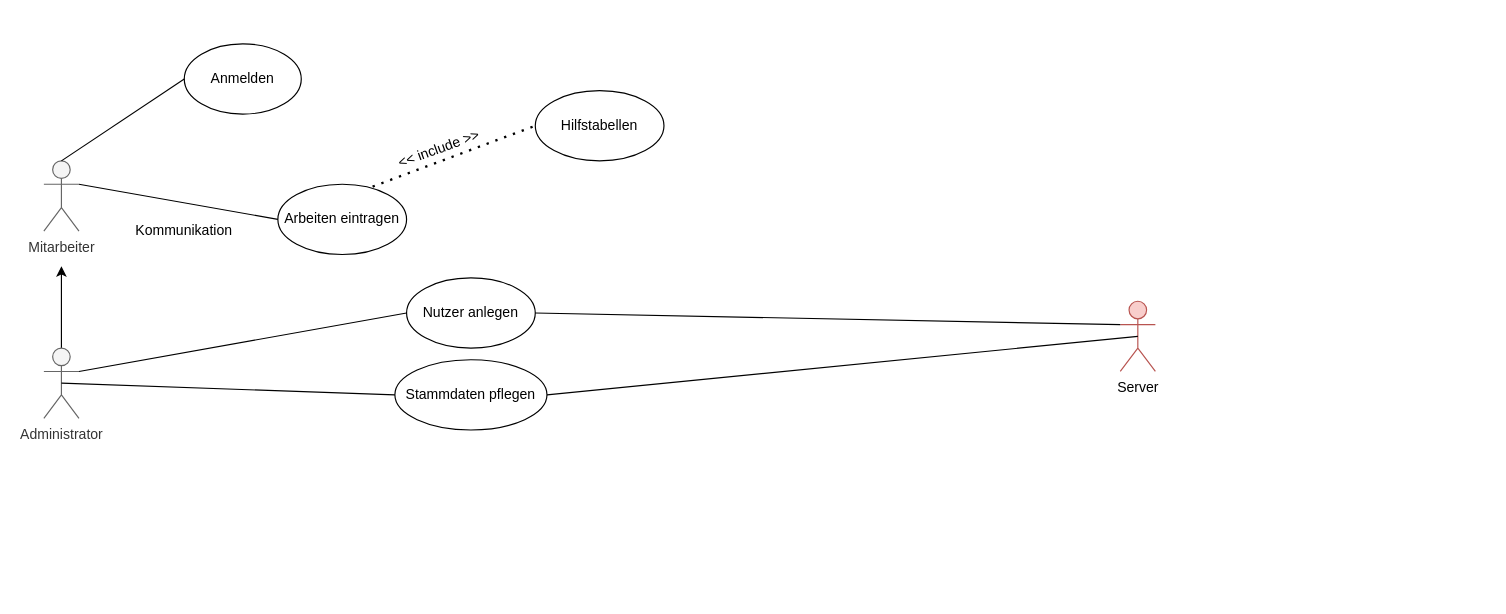
TobseNatoR/BBSApp keeps this draw.io diagram as Untitled Diagram.drawio. Above is the earlier version. Source tidied: cells renumbered, new cells numbered last; positions are measured from the earlier drawing's top-left corner, leaving out a move shared by most shapes. Both pictures are drawn from the tidied source at 117%, with x=0, y=0 at pixel (43, 43).
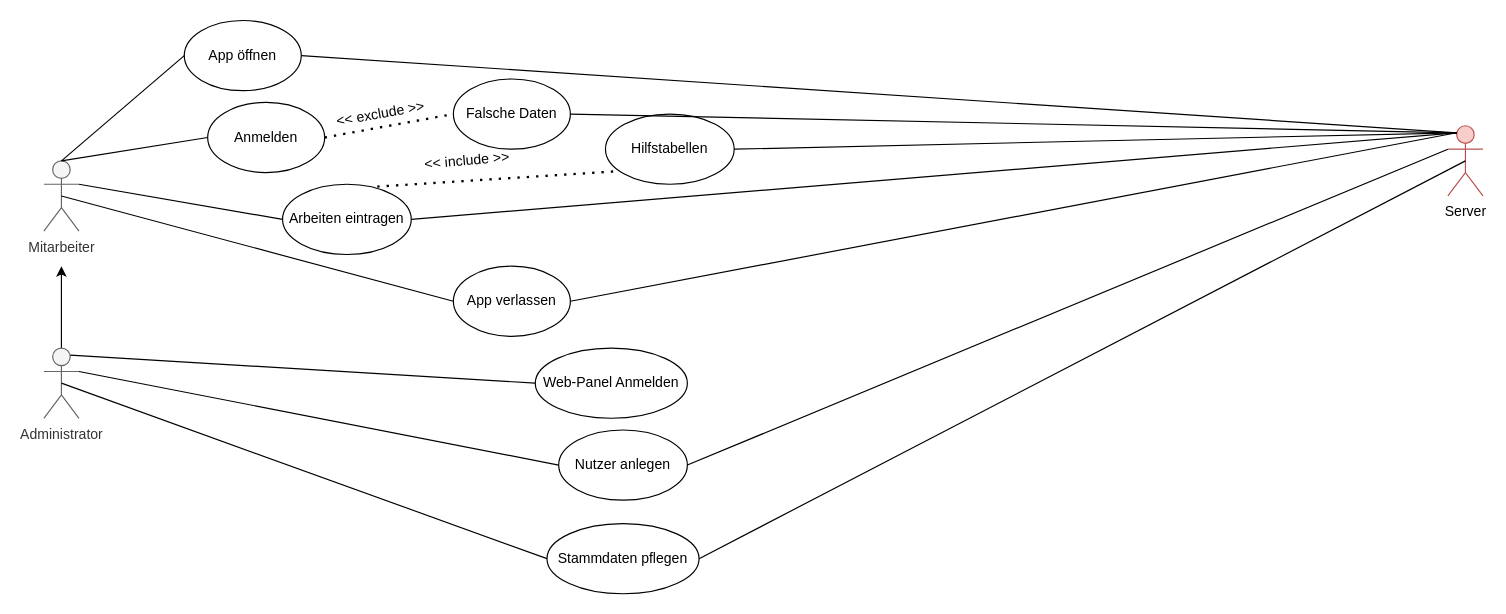
The same page after the edit.

Unchanged cells that the change refers to:
```xml
<mxCell id="2" value="Mitarbeiter&lt;br&gt;" style="shape=umlActor;verticalLabelPosition=bottom;verticalAlign=top;html=1;outlineConnect=0;fillColor=#f5f5f5;strokeColor=#666666;fontColor=#333333;" parent="1" vertex="1">
  <mxGeometry y="100" width="30" height="60" as="geometry" />
</mxCell>
<mxCell id="10" value="Administrator&lt;br&gt;" style="shape=umlActor;verticalLabelPosition=bottom;verticalAlign=top;html=1;outlineConnect=0;fillColor=#f5f5f5;strokeColor=#666666;fontColor=#333333;" parent="1" vertex="1">
  <mxGeometry y="260" width="30" height="60" as="geometry" />
</mxCell>
```

Change to the diagram source:
```diff
@@
     <mxCell id="3" value="Anmelden" style="ellipse;whiteSpace=wrap;html=1;" parent="1" vertex="1">
-      <mxGeometry x="120" width="100" height="60" as="geometry" />
+      <mxGeometry x="140" y="50" width="100" height="60" as="geometry" />
     </mxCell>
     <mxCell id="4" value="Arbeiten eintragen" style="ellipse;whiteSpace=wrap;html=1;" parent="1" vertex="1">
-      <mxGeometry x="200" y="120" width="110" height="60" as="geometry" />
+      <mxGeometry x="204" y="120" width="110" height="60" as="geometry" />
     </mxCell>
-    <mxCell id="5" value="Kommunikation&lt;br&gt;" style="text;html=1;strokeColor=none;fillColor=none;align=center;verticalAlign=middle;whiteSpace=wrap;rounded=0;rotation=0;" parent="1" vertex="1">
-      <mxGeometry x="100" y="150" width="40" height="20" as="geometry" />
-    </mxCell>
-    <mxCell id="6" style="endArrow=none;dashed=1;html=1;dashPattern=1 3;strokeWidth=2;exitX=0.736;exitY=0.033;exitDx=0;exitDy=0;exitPerimeter=0;entryX=0;entryY=0.5;entryDx=0;entryDy=0;" parent="1" edge="1" source="4" target="8">
+    <mxCell id="6" style="endArrow=none;dashed=1;html=1;dashPattern=1 3;strokeWidth=2;exitX=0.736;exitY=0.033;exitDx=0;exitDy=0;exitPerimeter=0;entryX=0.073;entryY=0.817;entryDx=0;entryDy=0;entryPerimeter=0;" parent="1" edge="1" source="4" target="8">
       <mxGeometry relative="1" as="geometry" />
     </mxCell>
-    <mxCell id="7" value="&amp;lt;&amp;lt; include &amp;gt;&amp;gt;" style="text;html=1;strokeColor=none;fillColor=none;align=center;verticalAlign=middle;whiteSpace=wrap;rounded=0;rotation=-20;" parent="1" vertex="1">
-      <mxGeometry x="290" y="80" width="96" height="20" as="geometry" />
+    <mxCell id="7" value="&amp;lt;&amp;lt; include &amp;gt;&amp;gt;" style="text;html=1;strokeColor=none;fillColor=none;align=center;verticalAlign=middle;whiteSpace=wrap;rounded=0;rotation=-5;" parent="1" vertex="1">
+      <mxGeometry x="314" y="90" width="96" height="20" as="geometry" />
     </mxCell>
     <mxCell id="8" value="Hilfstabellen" style="ellipse;whiteSpace=wrap;html=1;" parent="1" vertex="1">
-      <mxGeometry x="420" y="40" width="110" height="60" as="geometry" />
+      <mxGeometry x="480" y="60" width="110" height="60" as="geometry" />
     </mxCell>
@@
     <mxCell id="11" value="Server&lt;br&gt;" style="shape=umlActor;verticalLabelPosition=bottom;verticalAlign=top;html=1;outlineConnect=0;fillColor=#f8cecc;strokeColor=#b85450;" parent="1" vertex="1">
-      <mxGeometry x="920" y="220" width="30" height="60" as="geometry" />
+      <mxGeometry x="1200" y="70" width="30" height="60" as="geometry" />
     </mxCell>
@@
     <mxCell id="15" value="Nutzer anlegen" style="ellipse;whiteSpace=wrap;html=1;" parent="1" vertex="1">
-      <mxGeometry x="310" y="200" width="110" height="60" as="geometry" />
+      <mxGeometry x="440" y="330" width="110" height="60" as="geometry" />
     </mxCell>
     <mxCell id="16" value="Stammdaten pflegen" style="ellipse;whiteSpace=wrap;html=1;" parent="1" vertex="1">
-      <mxGeometry x="300" y="270" width="130" height="60" as="geometry" />
+      <mxGeometry x="430" y="410" width="130" height="60" as="geometry" />
     </mxCell>
@@
+    <mxCell id="20" value="Web-Panel Anmelden&lt;br&gt;" style="ellipse;whiteSpace=wrap;html=1;" parent="1" vertex="1">
+      <mxGeometry x="420" y="260" width="130" height="60" as="geometry" />
+    </mxCell>
+    <mxCell id="21" style="endArrow=none;html=1;fontColor=#330303;entryX=0;entryY=0.5;entryDx=0;entryDy=0;exitX=0.75;exitY=0.1;exitDx=0;exitDy=0;exitPerimeter=0;" parent="1" edge="1" source="10" target="20">
+      <mxGeometry relative="1" as="geometry" />
+    </mxCell>
+    <mxCell id="22" value="App öffnen" style="ellipse;whiteSpace=wrap;html=1;" parent="1" vertex="1">
+      <mxGeometry x="120" y="-20" width="100" height="60" as="geometry" />
+    </mxCell>
+    <mxCell id="23" style="endArrow=none;html=1;fontColor=#330303;exitX=0.5;exitY=0;exitDx=0;exitDy=0;exitPerimeter=0;entryX=0;entryY=0.5;entryDx=0;entryDy=0;" parent="1" edge="1" source="2" target="22">
+      <mxGeometry relative="1" as="geometry" />
+    </mxCell>
+    <mxCell id="24" style="endArrow=none;html=1;fontColor=#330303;entryX=0.25;entryY=0.1;entryDx=0;entryDy=0;entryPerimeter=0;exitX=1;exitY=0.5;exitDx=0;exitDy=0;" parent="1" edge="1" source="22" target="11">
+      <mxGeometry relative="1" as="geometry" />
+    </mxCell>
+    <mxCell id="25" style="endArrow=none;html=1;fontColor=#330303;entryX=0.25;entryY=0.1;entryDx=0;entryDy=0;entryPerimeter=0;exitX=1;exitY=0.5;exitDx=0;exitDy=0;" parent="1" edge="1" source="8" target="11">
+      <mxGeometry relative="1" as="geometry" />
+    </mxCell>
+    <mxCell id="26" value="App verlassen" style="ellipse;whiteSpace=wrap;html=1;" parent="1" vertex="1">
+      <mxGeometry x="350" y="190" width="100" height="60" as="geometry" />
+    </mxCell>
+    <mxCell id="27" style="endArrow=none;html=1;fontColor=#330303;exitX=0.5;exitY=0.5;exitDx=0;exitDy=0;exitPerimeter=0;entryX=0;entryY=0.5;entryDx=0;entryDy=0;" parent="1" edge="1" source="2" target="26">
+      <mxGeometry relative="1" as="geometry" />
+    </mxCell>
+    <mxCell id="28" style="endArrow=none;html=1;fontColor=#330303;exitX=1;exitY=0.5;exitDx=0;exitDy=0;entryX=0.25;entryY=0.1;entryDx=0;entryDy=0;entryPerimeter=0;" parent="1" edge="1" source="26" target="11">
+      <mxGeometry relative="1" as="geometry" />
+    </mxCell>
+    <mxCell id="29" value="Falsche Daten" style="ellipse;whiteSpace=wrap;html=1;" parent="1" vertex="1">
+      <mxGeometry x="350" y="30" width="100" height="60" as="geometry" />
+    </mxCell>
+    <mxCell id="30" style="endArrow=none;dashed=1;html=1;dashPattern=1 3;strokeWidth=2;exitX=1;exitY=0.5;exitDx=0;exitDy=0;entryX=0;entryY=0.5;entryDx=0;entryDy=0;" parent="1" edge="1" source="3" target="29">
+      <mxGeometry relative="1" as="geometry" />
+    </mxCell>
+    <mxCell id="31" value="&amp;lt;&amp;lt; exclude &amp;gt;&amp;gt;" style="text;html=1;strokeColor=none;fillColor=none;align=center;verticalAlign=middle;whiteSpace=wrap;rounded=0;rotation=-10;" parent="1" vertex="1">
+      <mxGeometry x="240" y="50" width="96" height="20" as="geometry" />
+    </mxCell>
+    <mxCell id="32" style="endArrow=none;html=1;fontColor=#330303;exitX=1;exitY=0.5;exitDx=0;exitDy=0;entryX=0.25;entryY=0.1;entryDx=0;entryDy=0;entryPerimeter=0;" parent="1" edge="1" source="29" target="11">
+      <mxGeometry relative="1" as="geometry" />
+    </mxCell>
+    <mxCell id="33" style="endArrow=none;html=1;fontColor=#330303;exitX=1;exitY=0.5;exitDx=0;exitDy=0;entryX=0.25;entryY=0.1;entryDx=0;entryDy=0;entryPerimeter=0;" parent="1" edge="1" source="4" target="11">
+      <mxGeometry relative="1" as="geometry" />
+    </mxCell>
```
